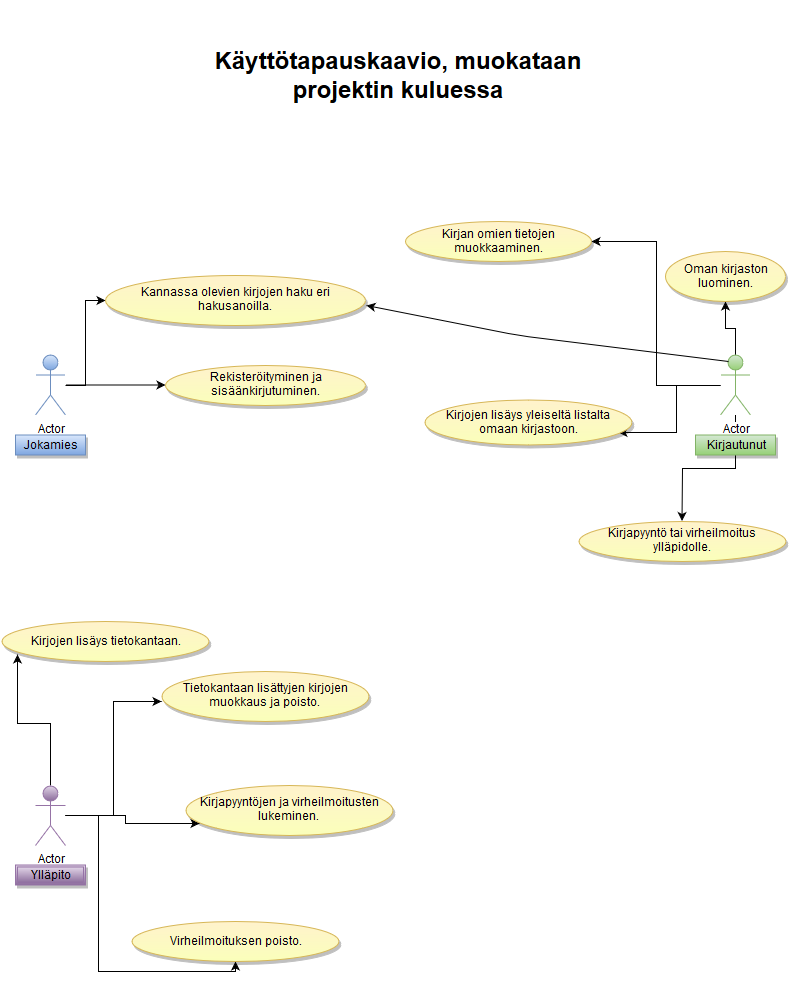
The draw.io diagram doc/Use_case_diagram.png in mclantta/Tsoha-Bootstrap, before a commit. Source tidied: cells renumbered, new cells last; positions are measured from the earlier drawing's top-left corner, leaving out a move shared by most shapes.
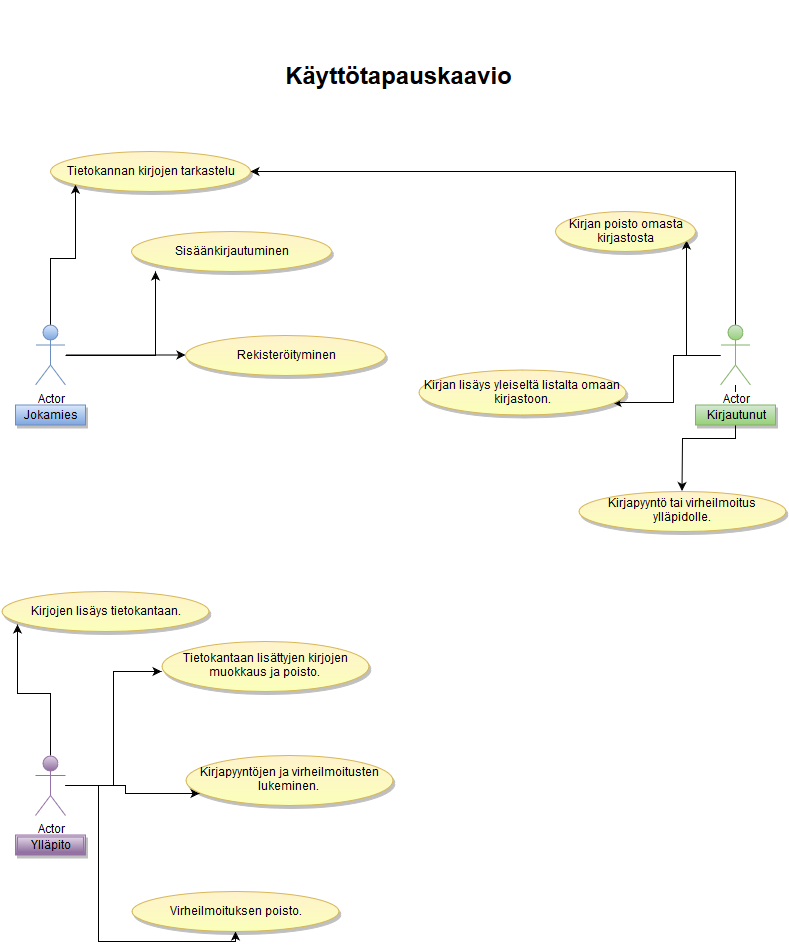
After the commit.

What changed in the source:
```diff
@@ -2,27 +2,41 @@
   <root>
     <mxCell id="0" />
     <mxCell id="1" parent="0" />
-    <mxCell id="2" style="edgeStyle=orthogonalEdgeStyle;rounded=0;html=1;entryX=1;entryY=0.5;" parent="1" edge="1" source="6" target="20">
-      <mxGeometry relative="1" as="geometry" />
-    </mxCell>
     <mxCell id="3" style="edgeStyle=orthogonalEdgeStyle;rounded=0;html=1;entryX=0.938;entryY=0.722;entryPerimeter=0;" parent="1" edge="1" source="6" target="28">
       <mxGeometry relative="1" as="geometry" />
     </mxCell>
     <mxCell id="4" style="edgeStyle=orthogonalEdgeStyle;rounded=0;html=1;" parent="1" edge="1" source="6" target="22">
       <mxGeometry relative="1" as="geometry" />
     </mxCell>
-    <mxCell id="5" style="edgeStyle=orthogonalEdgeStyle;rounded=0;html=1;" parent="1" edge="1" source="6" target="21">
-      <mxGeometry relative="1" as="geometry" />
-    </mxCell>
+    <mxCell id="30" style="edgeStyle=orthogonalEdgeStyle;rounded=0;html=1;entryX=0.938;entryY=0.722;entryPerimeter=0;" parent="1" edge="1" source="6" target="34">
+      <mxGeometry relative="1" as="geometry" />
+    </mxCell>
+    <mxCell id="31" style="edgeStyle=orthogonalEdgeStyle;rounded=0;html=1;" parent="1" edge="1" source="6" target="36">
+      <mxGeometry relative="1" as="geometry">
+        <Array as="points">
+          <mxPoint x="734" y="200" />
+        </Array>
+      </mxGeometry>
+    </mxCell>
     <mxCell id="6" value="Actor" style="shape=umlActor;verticalLabelPosition=bottom;labelBackgroundColor=#ffffff;verticalAlign=top;html=1;direction=east;plain-green;" parent="1" vertex="1">
       <mxGeometry x="719" y="353.5" width="30" height="60" as="geometry" />
     </mxCell>
-    <mxCell id="7" style="edgeStyle=orthogonalEdgeStyle;rounded=0;html=1;entryX=0;entryY=0.5;" parent="1" edge="1" source="9" target="18">
-      <mxGeometry relative="1" as="geometry" />
-    </mxCell>
     <mxCell id="8" style="edgeStyle=orthogonalEdgeStyle;rounded=0;html=1;" parent="1" edge="1" source="9" target="19">
       <mxGeometry relative="1" as="geometry" />
     </mxCell>
+    <mxCell id="32" style="edgeStyle=orthogonalEdgeStyle;rounded=0;html=1;" parent="1" edge="1" source="9">
+      <mxGeometry relative="1" as="geometry">
+        <mxPoint x="154" y="300" as="targetPoint" />
+      </mxGeometry>
+    </mxCell>
+    <mxCell id="33" style="edgeStyle=orthogonalEdgeStyle;rounded=0;html=1;" parent="1" edge="1" source="9" target="36">
+      <mxGeometry relative="1" as="geometry">
+        <Array as="points">
+          <mxPoint x="49" y="287" />
+          <mxPoint x="74" y="287" />
+        </Array>
+      </mxGeometry>
+    </mxCell>
     <mxCell id="9" value="Actor" style="shape=umlActor;verticalLabelPosition=bottom;labelBackgroundColor=#ffffff;verticalAlign=top;html=1;plain-blue;" parent="1" vertex="1">
       <mxGeometry x="34" y="353.5" width="30" height="60" as="geometry" />
     </mxCell>
@@ -50,18 +64,9 @@
     <mxCell id="17" value="Ylläpito" style="shape=ext;double=1;whiteSpace=wrap;html=1;shadow=1;plain-purple;" parent="1" vertex="1">
       <mxGeometry x="14" y="863.5" width="70" height="20" as="geometry" />
     </mxCell>
-    <mxCell id="18" value="Kannassa olevien kirjojen haku eri hakusanoilla.&lt;br&gt;" style="ellipse;whiteSpace=wrap;html=1;shadow=1;plain-yellow;gradientColor=#FAFFBA;" parent="1" vertex="1">
-      <mxGeometry x="104" y="273.5" width="260" height="50" as="geometry" />
-    </mxCell>
-    <mxCell id="19" value="Rekisteröityminen ja sisäänkirjutuminen.&lt;br&gt;" style="ellipse;whiteSpace=wrap;html=1;shadow=1;plain-yellow;gradientColor=#FAFFBA;" parent="1" vertex="1">
-      <mxGeometry x="164" y="363.5" width="200" height="40" as="geometry" />
+    <mxCell id="19" value="Rekisteröityminen&lt;br&gt;" style="ellipse;whiteSpace=wrap;html=1;shadow=1;plain-yellow;gradientColor=#FAFFBA;" parent="1" vertex="1">
+      <mxGeometry x="184" y="363.5" width="200" height="40" as="geometry" />
     </mxCell>
-    <mxCell id="20" value="Kirjan omien tietojen muokkaaminen.&lt;br&gt;" style="ellipse;whiteSpace=wrap;html=1;shadow=1;plain-yellow;gradientColor=#FAFFBA;" parent="1" vertex="1">
-      <mxGeometry x="404" y="220" width="186" height="40" as="geometry" />
-    </mxCell>
-    <mxCell id="21" value="Oman kirjaston luominen.&lt;br&gt;" style="ellipse;whiteSpace=wrap;html=1;shadow=1;plain-yellow;gradientColor=#FAFFBA;" parent="1" vertex="1">
-      <mxGeometry x="664" y="250" width="120" height="50" as="geometry" />
-    </mxCell>
     <mxCell id="22" value="Kirjapyyntö tai virheilmoitus ylläpidolle.&lt;br&gt;" style="ellipse;whiteSpace=wrap;html=1;shadow=1;plain-yellow;gradientColor=#FAFFBA;" parent="1" vertex="1">
       <mxGeometry x="577" y="519.5" width="207" height="40" as="geometry" />
     </mxCell>
@@ -77,18 +82,20 @@
     <mxCell id="26" value="Tietokantaan lisättyjen kirjojen muokkaus ja poisto.&lt;br&gt;" style="ellipse;whiteSpace=wrap;html=1;shadow=1;plain-yellow;gradientColor=#FAFFBA;" parent="1" vertex="1">
       <mxGeometry x="160" y="669.5" width="207" height="50" as="geometry" />
     </mxCell>
-    <mxCell id="27" value="&lt;h1&gt;Käyttötapauskaavio, muokataan projektin kuluessa&lt;/h1&gt;" style="text;html=1;strokeColor=none;fillColor=none;align=center;verticalAlign=middle;whiteSpace=wrap;overflow=hidden;shadow=1;" parent="1" vertex="1">
-      <mxGeometry x="203" width="387" height="150" as="geometry" />
+    <mxCell id="27" value="&lt;h1&gt;Käyttötapauskaavio&lt;br&gt;&lt;/h1&gt;" style="text;html=1;strokeColor=none;fillColor=none;align=center;verticalAlign=middle;whiteSpace=wrap;overflow=hidden;shadow=1;" parent="1" vertex="1">
+      <mxGeometry x="203" y="30" width="387" height="150" as="geometry" />
     </mxCell>
-    <mxCell id="28" value="Kirjojen lisäys yleiseltä listalta omaan kirjastoon." style="ellipse;whiteSpace=wrap;html=1;shadow=1;plain-yellow;gradientColor=#FAFFBA;" parent="1" vertex="1">
-      <mxGeometry x="423" y="398.5" width="207" height="45" as="geometry" />
+    <mxCell id="28" value="Kirjan lisäys yleiseltä listalta omaan kirjastoon." style="ellipse;whiteSpace=wrap;html=1;shadow=1;plain-yellow;gradientColor=#FAFFBA;" parent="1" vertex="1">
+      <mxGeometry x="417" y="398.5" width="207" height="45" as="geometry" />
     </mxCell>
-    <mxCell id="29" style="endArrow=classic;html=1;exitX=0.25;exitY=0.1;exitPerimeter=0;entryX=1.003;entryY=0.617;entryPerimeter=0;fillColor=#ffffff;strokeColor=#000000;" parent="1" edge="1" source="6" target="18">
-      <mxGeometry relative="1" as="geometry">
-        <Array as="points">
-          <mxPoint x="517" y="334" />
-        </Array>
-      </mxGeometry>
-    </mxCell>
+    <mxCell id="34" value="Kirjan poisto omasta kirjastosta&lt;br&gt;" style="ellipse;whiteSpace=wrap;html=1;shadow=1;fillColor=#FFF2CC;gradientColor=#FAFFBA;fontSize=12;strokeColor=#D6B656;" parent="1" vertex="1">
+      <mxGeometry x="554" y="240" width="140" height="40" as="geometry" />
+    </mxCell>
+    <mxCell id="35" value="Sisäänkirjautuminen" style="ellipse;whiteSpace=wrap;html=1;shadow=1;plain-yellow;gradientColor=#FAFFBA;" parent="1" vertex="1">
+      <mxGeometry x="130" y="260" width="200" height="40" as="geometry" />
+    </mxCell>
+    <mxCell id="36" value="Tietokannan kirjojen tarkastelu &lt;br&gt;" style="ellipse;whiteSpace=wrap;html=1;shadow=1;plain-yellow;gradientColor=#FAFFBA;" parent="1" vertex="1">
+      <mxGeometry x="49" y="180" width="200" height="40" as="geometry" />
+    </mxCell>
   </root>
 </mxGraphModel>
```
